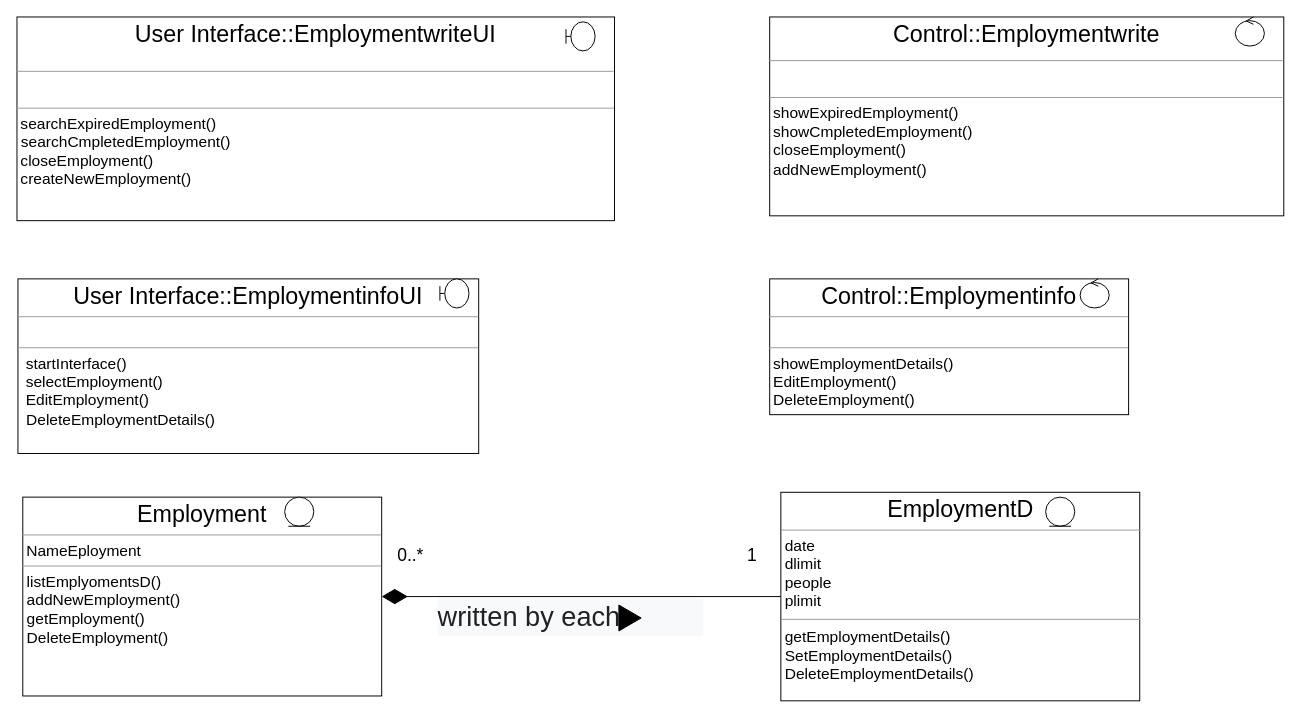
Above: class-diagram-GOS.drawio in yongun2/2023-hongik-software-engineering (draw.io), before the change. Source tidied: cells renumbered, new cells numbered last; positions are measured from the earlier drawing's top-left corner, leaving out a move shared by most shapes. Both pictures are drawn from the tidied source at 97%, with x=0, y=0 at pixel (16, 16).
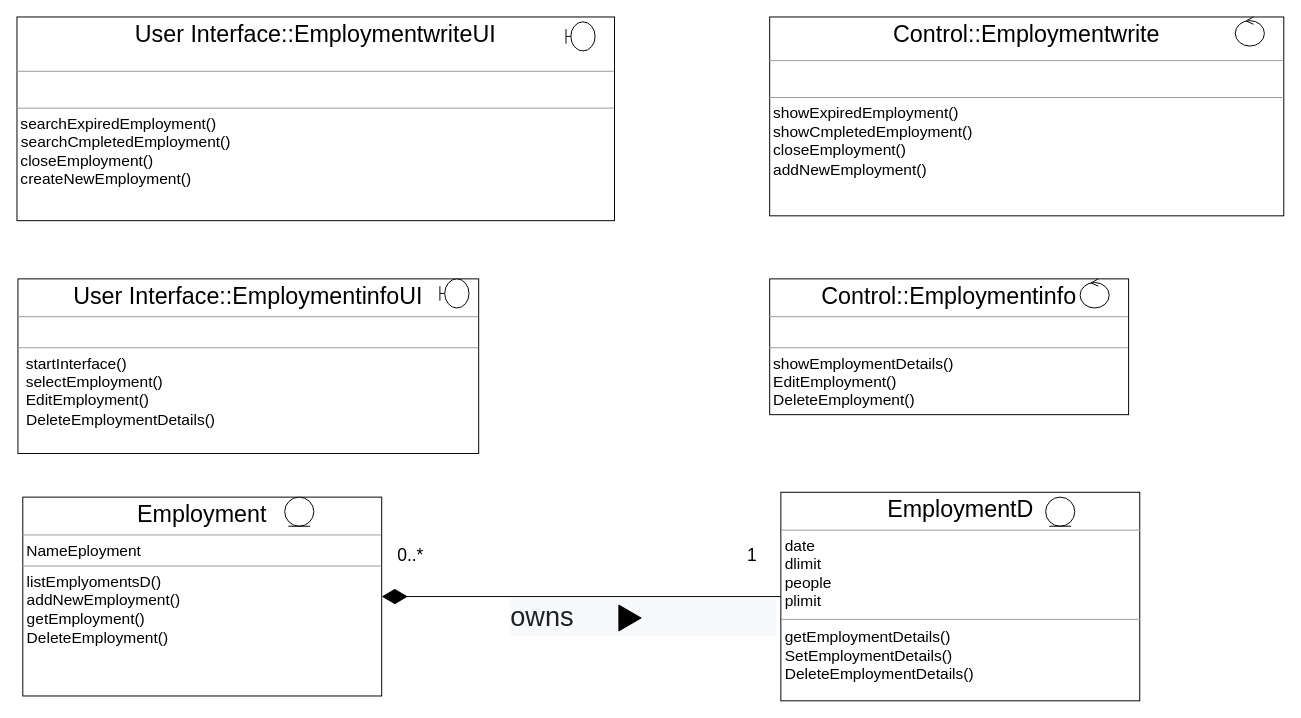
After the change.

Commit message:
class-diagram-GOS ver.2

Diff of the diagram source:
```diff
@@
 <mxGraphModel>
   <root>
     <mxCell id="0" />
     <mxCell id="1" parent="0" />
     <mxCell id="2" value="&lt;p style=&quot;border-color: var(--border-color); text-align: center; margin: 4px 0px 0px;&quot;&gt;&lt;font style=&quot;font-size: 24px;&quot;&gt;&lt;span style=&quot;background-color: initial; border-color: var(--border-color);&quot;&gt;User Interface::EmploymentwriteUI&lt;/span&gt;&lt;/font&gt;&lt;/p&gt;&lt;br&gt;&lt;hr style=&quot;font-size: 18px;&quot; size=&quot;1&quot;&gt;&lt;p style=&quot;margin: 0px 0px 0px 4px; font-size: 18px;&quot;&gt;&lt;font style=&quot;font-size: 18px;&quot;&gt;&lt;br&gt;&lt;/font&gt;&lt;/p&gt;&lt;hr size=&quot;1&quot;&gt;&lt;p style=&quot;border-color: var(--border-color); margin: 0px 0px 0px 4px; font-size: 16px;&quot;&gt;&lt;font style=&quot;font-size: 16px;&quot;&gt;&lt;font style=&quot;border-color: var(--border-color); text-align: center; font-size: 16px;&quot;&gt;searchExpiredEmployment&lt;/font&gt;()&lt;br style=&quot;border-color: var(--border-color);&quot;&gt;&lt;/font&gt;&lt;/p&gt;&lt;font style=&quot;font-size: 16px;&quot;&gt;&lt;font style=&quot;border-color: var(--border-color); text-align: center; font-size: 16px;&quot;&gt;&amp;nbsp;searchCmpleted&lt;/font&gt;Employment()&lt;br&gt;&lt;/font&gt;&lt;p style=&quot;border-color: var(--border-color); margin: 0px 0px 0px 4px; font-size: 16px;&quot;&gt;&lt;font style=&quot;font-size: 16px;&quot;&gt;closeEmployment()&lt;/font&gt;&lt;/p&gt;&lt;p style=&quot;border-color: var(--border-color); margin: 0px 0px 0px 4px; font-size: 16px;&quot;&gt;&lt;font style=&quot;background-color: initial; border-color: var(--border-color); text-align: center;&quot;&gt;createNew&lt;/font&gt;&lt;span style=&quot;background-color: initial;&quot;&gt;Employment()&lt;/span&gt;&lt;/p&gt;" style="verticalAlign=top;align=left;overflow=fill;fontSize=12;fontFamily=Helvetica;html=1;whiteSpace=wrap;" parent="1" vertex="1">
       <mxGeometry width="616" height="210" as="geometry" />
     </mxCell>
     <mxCell id="3" value="&lt;p style=&quot;border-color: var(--border-color); text-align: center; margin: 4px 0px 0px; font-size: 24px;&quot;&gt;&lt;font style=&quot;font-size: 24px;&quot;&gt;&lt;font style=&quot;font-size: 24px;&quot;&gt;&lt;span style=&quot;background-color: initial;&quot;&gt;Control::&lt;/span&gt;&lt;/font&gt;&lt;span style=&quot;background-color: initial;&quot;&gt;Employmentwrite&lt;/span&gt;&lt;/font&gt;&lt;/p&gt;&lt;hr style=&quot;font-size: 24px;&quot; size=&quot;1&quot;&gt;&lt;p style=&quot;margin:0px;margin-left:4px;&quot;&gt;&lt;font size=&quot;3&quot;&gt;&lt;br&gt;&lt;/font&gt;&lt;/p&gt;&lt;hr size=&quot;1&quot;&gt;&lt;p style=&quot;border-color: var(--border-color); margin: 0px 0px 0px 4px; font-size: 16px;&quot;&gt;&lt;font style=&quot;font-size: 16px;&quot;&gt;&lt;font style=&quot;border-color: var(--border-color); text-align: center; font-size: 16px;&quot;&gt;showExpired&lt;/font&gt;&lt;font style=&quot;border-color: var(--border-color); text-align: center; font-size: 16px;&quot;&gt;Employment()&lt;/font&gt;&lt;br&gt;&lt;/font&gt;&lt;/p&gt;&lt;p style=&quot;border-color: var(--border-color); margin: 0px 0px 0px 4px; font-size: 16px;&quot;&gt;&lt;font style=&quot;font-size: 16px;&quot;&gt;&lt;font style=&quot;border-color: var(--border-color); text-align: center; font-size: 16px;&quot;&gt;&lt;font style=&quot;border-color: var(--border-color); font-size: 16px;&quot;&gt;show&lt;/font&gt;&lt;font style=&quot;border-color: var(--border-color); font-size: 16px;&quot;&gt;Cmpleted&lt;/font&gt;Employment()&lt;/font&gt;&lt;br&gt;&lt;/font&gt;&lt;/p&gt;&lt;p style=&quot;border-color: var(--border-color); margin: 0px 0px 0px 4px; font-size: 16px;&quot;&gt;&lt;font style=&quot;font-size: 16px;&quot;&gt;closeEmployment()&lt;br&gt;&lt;/font&gt;&lt;/p&gt;&lt;p style=&quot;border-color: var(--border-color); margin: 0px 0px 0px 4px; font-size: 16px;&quot;&gt;&lt;font style=&quot;font-size: 16px;&quot;&gt;&lt;font style=&quot;border-color: var(--border-color); text-align: center; font-size: 16px;&quot;&gt;addNew&lt;/font&gt;&lt;font style=&quot;border-color: var(--border-color); text-align: center; font-size: 16px;&quot;&gt;Employment()&lt;/font&gt;&lt;/font&gt;&lt;br&gt;&lt;/p&gt;" style="verticalAlign=top;align=left;overflow=fill;fontSize=12;fontFamily=Helvetica;html=1;whiteSpace=wrap;" parent="1" vertex="1">
       <mxGeometry x="776" width="530" height="205" as="geometry" />
     </mxCell>
     <mxCell id="4" value="&lt;p style=&quot;border-color: var(--border-color); text-align: center; margin: 4px 0px 0px;&quot;&gt;&lt;font style=&quot;font-size: 24px;&quot;&gt;Employment&lt;br&gt;&lt;/font&gt;&lt;/p&gt;&lt;hr size=&quot;1&quot;&gt;&lt;p style=&quot;margin: 0px 0px 0px 4px; font-size: 16px;&quot;&gt;&lt;font style=&quot;font-size: 16px;&quot;&gt;NameEployment&lt;/font&gt;&lt;/p&gt;&lt;hr size=&quot;1&quot;&gt;&lt;p style=&quot;border-color: var(--border-color); margin: 0px 0px 0px 4px; font-size: 16px;&quot;&gt;&lt;/p&gt;&lt;font style=&quot;font-size: 16px;&quot;&gt;&amp;nbsp;listEmplyomentsD()&lt;br&gt;&lt;span style=&quot;text-align: center;&quot;&gt;&amp;nbsp;addNewEmployment()&lt;/span&gt;&lt;span style=&quot;background-color: initial;&quot;&gt;&lt;br&gt;&lt;/span&gt;&amp;nbsp;getEmployment()&lt;br&gt;&lt;font style=&quot;border-color: var(--border-color); text-align: center; font-size: 16px;&quot;&gt;&amp;nbsp;Delete&lt;/font&gt;Employment()&lt;br&gt;&lt;/font&gt;" style="verticalAlign=top;align=left;overflow=fill;fontSize=12;fontFamily=Helvetica;html=1;whiteSpace=wrap;" parent="1" vertex="1">
       <mxGeometry x="6" y="495" width="370" height="205" as="geometry" />
     </mxCell>
     <mxCell id="5" value="&lt;p style=&quot;border-color: var(--border-color); text-align: center; margin: 4px 0px 0px;&quot;&gt;&lt;span style=&quot;background-color: initial;&quot;&gt;&lt;font style=&quot;font-size: 24px;&quot;&gt;EmploymentD&lt;/font&gt;&lt;/span&gt;&lt;/p&gt;&lt;hr size=&quot;1&quot;&gt;&lt;p style=&quot;border-color: var(--border-color); margin: 0px 0px 0px 4px; font-size: 16px;&quot;&gt;&lt;font style=&quot;border-color: var(--border-color);&quot;&gt;date&lt;/font&gt;&lt;/p&gt;&lt;p style=&quot;border-color: var(--border-color); margin: 0px 0px 0px 4px; font-size: 16px;&quot;&gt;&lt;font style=&quot;border-color: var(--border-color);&quot;&gt;dlimit&lt;/font&gt;&lt;/p&gt;&lt;p style=&quot;border-color: var(--border-color); margin: 0px 0px 0px 4px; font-size: 16px;&quot;&gt;&lt;font style=&quot;border-color: var(--border-color);&quot;&gt;people&lt;/font&gt;&lt;/p&gt;&lt;p style=&quot;border-color: var(--border-color); margin: 0px 0px 0px 4px; font-size: 16px;&quot;&gt;&lt;font style=&quot;border-color: var(--border-color);&quot;&gt;plimit&lt;/font&gt;&lt;/p&gt;&lt;hr style=&quot;font-size: 16px;&quot; size=&quot;1&quot;&gt;&lt;p style=&quot;border-color: var(--border-color); margin: 0px 0px 0px 4px; font-size: 16px;&quot;&gt;&lt;font style=&quot;font-size: 16px;&quot;&gt;getEmploymentDetails()&lt;/font&gt;&lt;/p&gt;&lt;p style=&quot;border-color: var(--border-color); margin: 0px 0px 0px 4px; font-size: 16px;&quot;&gt;&lt;font style=&quot;font-size: 16px;&quot;&gt;SetEmploymentDetails()&lt;br&gt;&lt;/font&gt;&lt;/p&gt;&lt;p style=&quot;border-color: var(--border-color); margin: 0px 0px 0px 4px; font-size: 16px;&quot;&gt;&lt;font style=&quot;font-size: 16px;&quot;&gt;&lt;font style=&quot;border-color: var(--border-color); text-align: center; font-size: 16px;&quot;&gt;DeleteEmploymentDetails()&lt;/font&gt;&lt;/font&gt;&lt;/p&gt;" style="verticalAlign=top;align=left;overflow=fill;fontSize=12;fontFamily=Helvetica;html=1;whiteSpace=wrap;" parent="1" vertex="1">
       <mxGeometry x="787.5" y="490" width="370" height="215" as="geometry" />
     </mxCell>
     <mxCell id="6" value="&lt;p style=&quot;border-color: var(--border-color); text-align: center; margin: 4px 0px 0px;&quot;&gt;&lt;font style=&quot;font-size: 24px;&quot;&gt;&lt;span style=&quot;background-color: initial; border-color: var(--border-color);&quot;&gt;User Interface::Employmentinfo&lt;/span&gt;&lt;span style=&quot;background-color: initial; border-color: var(--border-color);&quot;&gt;UI&lt;/span&gt;&lt;br&gt;&lt;/font&gt;&lt;/p&gt;&lt;hr size=&quot;1&quot;&gt;&lt;p style=&quot;margin:0px;margin-left:4px;&quot;&gt;&lt;font size=&quot;3&quot;&gt;&lt;br&gt;&lt;/font&gt;&lt;/p&gt;&lt;hr size=&quot;1&quot;&gt;&lt;p style=&quot;border-color: var(--border-color); margin: 0px 0px 0px 4px; font-size: 16px;&quot;&gt;&lt;font style=&quot;font-size: 16px;&quot;&gt;&amp;nbsp;&lt;/font&gt;&lt;font style=&quot;font-size: 16px;&quot;&gt;startInterface()&lt;br&gt;&lt;/font&gt;&lt;/p&gt;&lt;p style=&quot;border-color: var(--border-color); margin: 0px 0px 0px 4px; font-size: 16px;&quot;&gt;&lt;font style=&quot;font-size: 16px;&quot;&gt;&amp;nbsp;selectEmployment()&lt;br&gt;&lt;/font&gt;&lt;/p&gt;&lt;p style=&quot;border-color: var(--border-color); margin: 0px 0px 0px 4px; font-size: 16px;&quot;&gt;&lt;font style=&quot;font-size: 16px;&quot;&gt;&lt;font style=&quot;border-color: var(--border-color); text-align: center; font-size: 16px;&quot;&gt;&amp;nbsp;Edit&lt;/font&gt;Employment()&lt;/font&gt;&lt;/p&gt;&lt;font style=&quot;font-size: 16px;&quot;&gt;&amp;nbsp; DeleteEmploymentDetails()&lt;/font&gt;" style="verticalAlign=top;align=left;overflow=fill;fontSize=12;fontFamily=Helvetica;html=1;whiteSpace=wrap;" parent="1" vertex="1">
       <mxGeometry x="1" y="270" width="475" height="180" as="geometry" />
     </mxCell>
     <mxCell id="7" value="&lt;p style=&quot;border-color: var(--border-color); text-align: center; margin: 4px 0px 0px;&quot;&gt;&lt;font style=&quot;font-size: 24px;&quot;&gt;&lt;span style=&quot;background-color: initial;&quot;&gt;Control::Employmentinfo&lt;/span&gt;&lt;br&gt;&lt;/font&gt;&lt;/p&gt;&lt;hr size=&quot;1&quot;&gt;&lt;p style=&quot;margin:0px;margin-left:4px;&quot;&gt;&lt;font size=&quot;3&quot;&gt;&lt;br&gt;&lt;/font&gt;&lt;/p&gt;&lt;hr size=&quot;1&quot;&gt;&lt;p style=&quot;border-color: var(--border-color); margin: 0px 0px 0px 4px; font-size: 16px;&quot;&gt;&lt;font style=&quot;font-size: 16px;&quot;&gt;showEmploymentDetails()&lt;br&gt;&lt;/font&gt;&lt;/p&gt;&lt;p style=&quot;border-color: var(--border-color); margin: 0px 0px 0px 4px; font-size: 16px;&quot;&gt;&lt;font style=&quot;font-size: 16px;&quot;&gt;&lt;font style=&quot;border-color: var(--border-color); text-align: center; font-size: 16px;&quot;&gt;Edit&lt;/font&gt;Employment()&lt;/font&gt;&lt;/p&gt;&lt;p style=&quot;border-color: var(--border-color); margin: 0px 0px 0px 4px; font-size: 16px;&quot;&gt;&lt;font style=&quot;font-size: 16px;&quot;&gt;&lt;font style=&quot;background-color: initial; border-color: var(--border-color); text-align: center; font-size: 16px;&quot;&gt;Delete&lt;/font&gt;&lt;span style=&quot;background-color: initial;&quot;&gt;Employment()&lt;/span&gt;&lt;/font&gt;&lt;/p&gt;" style="verticalAlign=top;align=left;overflow=fill;fontSize=12;fontFamily=Helvetica;html=1;whiteSpace=wrap;" parent="1" vertex="1">
       <mxGeometry x="776" y="270" width="370" height="140" as="geometry" />
     </mxCell>
-    <mxCell id="8" value="&lt;pre style=&quot;unicode-bidi: isolate; font-size: 28px; line-height: 36px; background-color: rgb(248, 249, 250); border: none; padding: 2px 0.14em 2px 0px; position: relative; margin-top: -2px; margin-bottom: -2px; resize: none; font-family: inherit; overflow: hidden; text-align: left; width: 270.02px; overflow-wrap: break-word; color: rgb(32, 33, 36);&quot; dir=&quot;ltr&quot; id=&quot;tw-target-text&quot; class=&quot;tw-data-text tw-text-large tw-ta&quot;&gt;written by each&lt;/pre&gt;" style="text;html=1;strokeColor=none;fillColor=none;align=center;verticalAlign=middle;whiteSpace=wrap;rounded=0;" parent="1" vertex="1">
-      <mxGeometry x="540.5" y="600" width="60" height="35" as="geometry" />
+    <mxCell id="8" value="&lt;pre style=&quot;unicode-bidi: isolate; font-size: 28px; line-height: 36px; background-color: rgb(248, 249, 250); border: none; padding: 2px 0.14em 2px 0px; position: relative; margin-top: -2px; margin-bottom: -2px; resize: none; font-family: inherit; overflow: hidden; text-align: left; width: 270.02px; overflow-wrap: break-word; color: rgb(32, 33, 36);&quot; dir=&quot;ltr&quot; id=&quot;tw-target-text&quot; class=&quot;tw-data-text tw-text-large tw-ta&quot;&gt;owns&lt;/pre&gt;" style="text;html=1;strokeColor=none;fillColor=none;align=center;verticalAlign=middle;whiteSpace=wrap;rounded=0;" parent="1" vertex="1">
+      <mxGeometry x="616" y="600" width="60" height="35" as="geometry" />
     </mxCell>
     <mxCell id="9" value="&lt;font style=&quot;font-size: 18px;&quot;&gt;0..*&lt;/font&gt;" style="text;html=1;strokeColor=none;fillColor=none;align=center;verticalAlign=middle;whiteSpace=wrap;rounded=0;" parent="1" vertex="1">
       <mxGeometry x="376" y="540" width="60" height="30" as="geometry" />
     </mxCell>
     <mxCell id="10" style="ellipse;shape=umlEntity;whiteSpace=wrap;html=1;" parent="1" vertex="1">
       <mxGeometry x="276" y="495" width="30" height="30" as="geometry" />
     </mxCell>
     <mxCell id="11" style="ellipse;shape=umlEntity;whiteSpace=wrap;html=1;" parent="1" vertex="1">
       <mxGeometry x="1060.5" y="495" width="30" height="30" as="geometry" />
     </mxCell>
     <mxCell id="12" style="shape=umlBoundary;whiteSpace=wrap;html=1;" parent="1" vertex="1">
       <mxGeometry x="566" y="5" width="30" height="30" as="geometry" />
     </mxCell>
     <mxCell id="13" style="shape=umlBoundary;whiteSpace=wrap;html=1;" parent="1" vertex="1">
       <mxGeometry x="436" y="270" width="30" height="30" as="geometry" />
     </mxCell>
     <mxCell id="14" style="ellipse;shape=umlControl;whiteSpace=wrap;html=1;" parent="1" vertex="1">
       <mxGeometry x="1256" width="30" height="30" as="geometry" />
     </mxCell>
     <mxCell id="15" style="ellipse;shape=umlControl;whiteSpace=wrap;html=1;" parent="1" vertex="1">
       <mxGeometry x="1096" y="270" width="30" height="30" as="geometry" />
     </mxCell>
     <mxCell id="16" style="endArrow=diamondThin;endFill=1;endSize=24;html=1;rounded=0;entryX=1;entryY=0.5;entryDx=0;entryDy=0;exitX=0;exitY=0.5;exitDx=0;exitDy=0;" parent="1" edge="1" source="5" target="4">
       <mxGeometry relative="1" as="geometry" />
     </mxCell>
     <mxCell id="17" style="shape=mxgraph.arrows2.wedgeArrow;html=1;startWidth=13.333333333333336;fillColor=strokeColor;defaultFillColor=invert;defaultGradientColor=invert;rounded=0;" parent="1" edge="1">
       <mxGeometry relative="1" as="geometry">
         <mxPoint x="620.5" y="619.6" as="sourcePoint" />
         <mxPoint x="643.5" y="619.6" as="targetPoint" />
       </mxGeometry>
     </mxCell>
     <mxCell id="18" value="&lt;font style=&quot;font-size: 18px;&quot;&gt;1&lt;/font&gt;" style="text;html=1;strokeColor=none;fillColor=none;align=center;verticalAlign=middle;whiteSpace=wrap;rounded=0;" parent="1" vertex="1">
       <mxGeometry x="727.5" y="540" width="60" height="30" as="geometry" />
     </mxCell>
   </root>
 </mxGraphModel>
```
